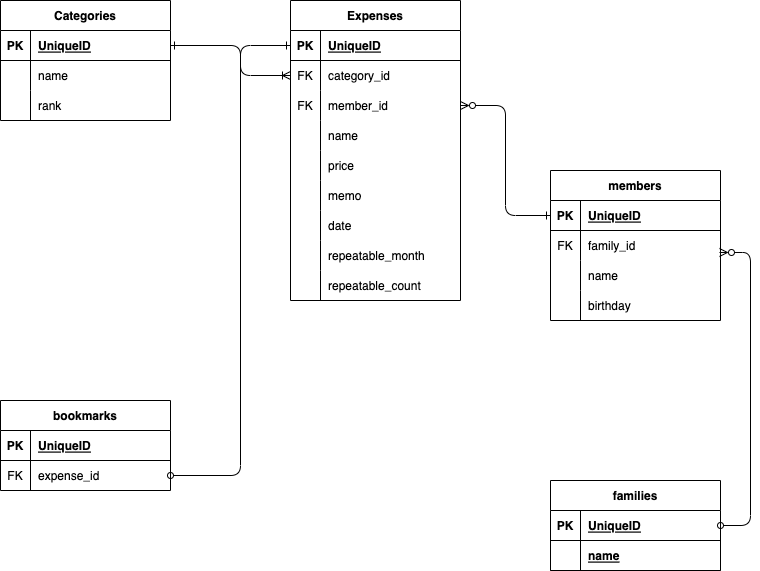
The draw.io diagram docs/image/er.drawio.png in kiyotakeshi/household-expenses, before a commit. Source tidied: cells renumbered, new cells last; positions are measured from the earlier drawing's top-left corner, leaving out a move shared by most shapes.
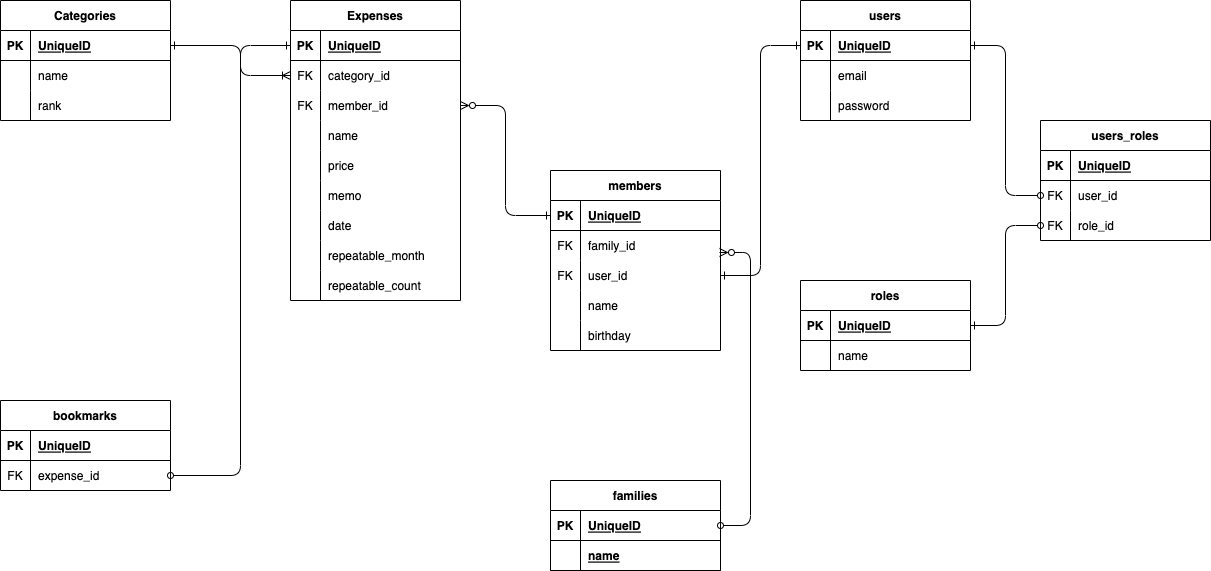
Above is the later version.

The edit, as a diff of the source:
```diff
@@ -33,7 +33,7 @@
       <mxGeometry x="30" width="140" height="30" as="geometry" />
     </mxCell>
     <mxCell id="12" value="members" style="shape=table;startSize=30;rowLines=0;fontStyle=1;align=center;" parent="1" vertex="1">
-      <mxGeometry x="550" y="170" width="170" height="150" as="geometry" />
+      <mxGeometry x="550" y="170" width="170" height="180" as="geometry" />
     </mxCell>
     <mxCell id="13" style="shape=partialRectangle;fillColor=none;top=0;left=0;bottom=1;right=0;points=[[0,0.5],[1,0.5]];portConstraint=eastwest;" parent="12" vertex="1">
       <mxGeometry y="30" width="170" height="30" as="geometry" />
@@ -53,8 +53,17 @@
     <mxCell id="18" value="family_id" style="shape=partialRectangle;fillColor=none;top=0;left=0;bottom=0;right=0;align=left;spacingLeft=6;overflow=hidden;" parent="16" vertex="1">
       <mxGeometry x="30" width="140" height="30" as="geometry" />
     </mxCell>
+    <mxCell id="72" style="shape=partialRectangle;fillColor=none;top=0;left=0;bottom=0;right=0;points=[[0,0.5],[1,0.5]];portConstraint=eastwest;" parent="12" vertex="1">
+      <mxGeometry y="90" width="170" height="30" as="geometry" />
+    </mxCell>
+    <mxCell id="73" value="FK" style="shape=partialRectangle;fillColor=none;top=0;left=0;bottom=0;right=0;overflow=hidden;" parent="72" vertex="1">
+      <mxGeometry width="30" height="30" as="geometry" />
+    </mxCell>
+    <mxCell id="74" value="user_id" style="shape=partialRectangle;fillColor=none;top=0;left=0;bottom=0;right=0;align=left;spacingLeft=6;overflow=hidden;" parent="72" vertex="1">
+      <mxGeometry x="30" width="140" height="30" as="geometry" />
+    </mxCell>
     <mxCell id="19" style="shape=partialRectangle;fillColor=none;top=0;left=0;bottom=0;right=0;" parent="12" vertex="1">
-      <mxGeometry y="90" width="170" height="30" as="geometry" />
+      <mxGeometry y="120" width="170" height="30" as="geometry" />
     </mxCell>
     <mxCell id="20" style="shape=partialRectangle;fillColor=none;top=0;left=0;bottom=0;right=0;overflow=hidden;" parent="19" vertex="1">
       <mxGeometry width="30" height="30" as="geometry" />
@@ -63,7 +72,7 @@
       <mxGeometry x="30" width="140" height="30" as="geometry" />
     </mxCell>
     <mxCell id="22" style="shape=partialRectangle;fillColor=none;top=0;left=0;bottom=0;right=0;" parent="12" vertex="1">
-      <mxGeometry y="120" width="170" height="30" as="geometry" />
+      <mxGeometry y="150" width="170" height="30" as="geometry" />
     </mxCell>
     <mxCell id="23" style="shape=partialRectangle;fillColor=none;top=0;left=0;bottom=0;right=0;overflow=hidden;" parent="22" vertex="1">
       <mxGeometry width="30" height="30" as="geometry" />
@@ -227,5 +236,95 @@
     <mxCell id="71" style="edgeStyle=orthogonalEdgeStyle;html=1;startArrow=ERone;startFill=0;endArrow=ERzeroToMany;endFill=0;" parent="1" edge="1" source="3">
       <mxGeometry relative="1" as="geometry" />
     </mxCell>
+    <mxCell id="75" value="users" style="shape=table;startSize=30;rowLines=0;fontStyle=1;align=center;" parent="1" vertex="1">
+      <mxGeometry x="800" width="170" height="120" as="geometry" />
+    </mxCell>
+    <mxCell id="76" style="shape=partialRectangle;fillColor=none;top=0;left=0;bottom=1;right=0;points=[[0,0.5],[1,0.5]];portConstraint=eastwest;" parent="75" vertex="1">
+      <mxGeometry y="30" width="170" height="30" as="geometry" />
+    </mxCell>
+    <mxCell id="77" value="PK" style="shape=partialRectangle;fillColor=none;top=0;left=0;bottom=0;right=0;fontStyle=1;overflow=hidden;" parent="76" vertex="1">
+      <mxGeometry width="30" height="30" as="geometry" />
+    </mxCell>
+    <mxCell id="78" value="UniqueID" style="shape=partialRectangle;fillColor=none;top=0;left=0;bottom=0;right=0;align=left;spacingLeft=6;fontStyle=5;overflow=hidden;" parent="76" vertex="1">
+      <mxGeometry x="30" width="140" height="30" as="geometry" />
+    </mxCell>
+    <mxCell id="79" style="shape=partialRectangle;fillColor=none;top=0;left=0;bottom=0;right=0;" parent="75" vertex="1">
+      <mxGeometry y="60" width="170" height="30" as="geometry" />
+    </mxCell>
+    <mxCell id="80" style="shape=partialRectangle;fillColor=none;top=0;left=0;bottom=0;right=0;overflow=hidden;" parent="79" vertex="1">
+      <mxGeometry width="30" height="30" as="geometry" />
+    </mxCell>
+    <mxCell id="81" value="email" style="shape=partialRectangle;fillColor=none;top=0;left=0;bottom=0;right=0;align=left;spacingLeft=6;overflow=hidden;" parent="79" vertex="1">
+      <mxGeometry x="30" width="140" height="30" as="geometry" />
+    </mxCell>
+    <mxCell id="82" style="shape=partialRectangle;fillColor=none;top=0;left=0;bottom=0;right=0;" parent="75" vertex="1">
+      <mxGeometry y="90" width="170" height="30" as="geometry" />
+    </mxCell>
+    <mxCell id="83" style="shape=partialRectangle;fillColor=none;top=0;left=0;bottom=0;right=0;overflow=hidden;" parent="82" vertex="1">
+      <mxGeometry width="30" height="30" as="geometry" />
+    </mxCell>
+    <mxCell id="84" value="password" style="shape=partialRectangle;fillColor=none;top=0;left=0;bottom=0;right=0;align=left;spacingLeft=6;overflow=hidden;" parent="82" vertex="1">
+      <mxGeometry x="30" width="140" height="30" as="geometry" />
+    </mxCell>
+    <mxCell id="85" value="roles" style="shape=table;startSize=30;rowLines=0;fontStyle=1;align=center;" parent="1" vertex="1">
+      <mxGeometry x="800" y="280" width="170" height="90" as="geometry" />
+    </mxCell>
+    <mxCell id="86" style="shape=partialRectangle;fillColor=none;top=0;left=0;bottom=1;right=0;points=[[0,0.5],[1,0.5]];portConstraint=eastwest;" parent="85" vertex="1">
+      <mxGeometry y="30" width="170" height="30" as="geometry" />
+    </mxCell>
+    <mxCell id="87" value="PK" style="shape=partialRectangle;fillColor=none;top=0;left=0;bottom=0;right=0;fontStyle=1;overflow=hidden;" parent="86" vertex="1">
+      <mxGeometry width="30" height="30" as="geometry" />
+    </mxCell>
+    <mxCell id="88" value="UniqueID" style="shape=partialRectangle;fillColor=none;top=0;left=0;bottom=0;right=0;align=left;spacingLeft=6;fontStyle=5;overflow=hidden;" parent="86" vertex="1">
+      <mxGeometry x="30" width="140" height="30" as="geometry" />
+    </mxCell>
+    <mxCell id="89" style="shape=partialRectangle;fillColor=none;top=0;left=0;bottom=0;right=0;" parent="85" vertex="1">
+      <mxGeometry y="60" width="170" height="30" as="geometry" />
+    </mxCell>
+    <mxCell id="90" style="shape=partialRectangle;fillColor=none;top=0;left=0;bottom=0;right=0;overflow=hidden;" parent="89" vertex="1">
+      <mxGeometry width="30" height="30" as="geometry" />
+    </mxCell>
+    <mxCell id="91" value="name" style="shape=partialRectangle;fillColor=none;top=0;left=0;bottom=0;right=0;align=left;spacingLeft=6;overflow=hidden;" parent="89" vertex="1">
+      <mxGeometry x="30" width="140" height="30" as="geometry" />
+    </mxCell>
+    <mxCell id="92" value="users_roles" style="shape=table;startSize=30;rowLines=0;fontStyle=1;align=center;" parent="1" vertex="1">
+      <mxGeometry x="1040" y="120" width="170" height="120" as="geometry" />
+    </mxCell>
+    <mxCell id="93" style="shape=partialRectangle;fillColor=none;top=0;left=0;bottom=1;right=0;" parent="92" vertex="1">
+      <mxGeometry y="30" width="170" height="30" as="geometry" />
+    </mxCell>
+    <mxCell id="94" value="PK" style="shape=partialRectangle;fillColor=none;top=0;left=0;bottom=0;right=0;fontStyle=1;overflow=hidden;" parent="93" vertex="1">
+      <mxGeometry width="30" height="30" as="geometry" />
+    </mxCell>
+    <mxCell id="95" value="UniqueID" style="shape=partialRectangle;fillColor=none;top=0;left=0;bottom=0;right=0;align=left;spacingLeft=6;fontStyle=5;overflow=hidden;" parent="93" vertex="1">
+      <mxGeometry x="30" width="140" height="30" as="geometry" />
+    </mxCell>
+    <mxCell id="96" style="shape=partialRectangle;fillColor=none;top=0;left=0;bottom=0;right=0;points=[[0,0.5],[1,0.5]];portConstraint=eastwest;" parent="92" vertex="1">
+      <mxGeometry y="60" width="170" height="30" as="geometry" />
+    </mxCell>
+    <mxCell id="97" value="FK" style="shape=partialRectangle;fillColor=none;top=0;left=0;bottom=0;right=0;overflow=hidden;" parent="96" vertex="1">
+      <mxGeometry width="30" height="30" as="geometry" />
+    </mxCell>
+    <mxCell id="98" value="user_id" style="shape=partialRectangle;fillColor=none;top=0;left=0;bottom=0;right=0;align=left;spacingLeft=6;overflow=hidden;" parent="96" vertex="1">
+      <mxGeometry x="30" width="140" height="30" as="geometry" />
+    </mxCell>
+    <mxCell id="99" style="shape=partialRectangle;fillColor=none;top=0;left=0;bottom=0;right=0;points=[[0,0.5],[1,0.5]];portConstraint=eastwest;" parent="92" vertex="1">
+      <mxGeometry y="90" width="170" height="30" as="geometry" />
+    </mxCell>
+    <mxCell id="100" value="FK" style="shape=partialRectangle;fillColor=none;top=0;left=0;bottom=0;right=0;overflow=hidden;" parent="99" vertex="1">
+      <mxGeometry width="30" height="30" as="geometry" />
+    </mxCell>
+    <mxCell id="101" value="role_id" style="shape=partialRectangle;fillColor=none;top=0;left=0;bottom=0;right=0;align=left;spacingLeft=6;overflow=hidden;" parent="99" vertex="1">
+      <mxGeometry x="30" width="140" height="30" as="geometry" />
+    </mxCell>
+    <mxCell id="102" style="edgeStyle=orthogonalEdgeStyle;html=1;entryX=0;entryY=0.5;entryDx=0;entryDy=0;exitX=1;exitY=0.5;exitDx=0;exitDy=0;startArrow=ERone;startFill=0;endArrow=oval;endFill=0;" parent="1" edge="1" source="76" target="96">
+      <mxGeometry relative="1" as="geometry" />
+    </mxCell>
+    <mxCell id="103" style="edgeStyle=orthogonalEdgeStyle;html=1;exitX=1;exitY=0.5;exitDx=0;exitDy=0;entryX=0;entryY=0.5;entryDx=0;entryDy=0;startArrow=ERone;startFill=0;endArrow=oval;endFill=0;" parent="1" edge="1" source="86" target="99">
+      <mxGeometry relative="1" as="geometry" />
+    </mxCell>
+    <mxCell id="104" style="edgeStyle=orthogonalEdgeStyle;html=1;exitX=0;exitY=0.5;exitDx=0;exitDy=0;entryX=1;entryY=0.5;entryDx=0;entryDy=0;startArrow=ERone;startFill=0;endArrow=ERone;endFill=0;" parent="1" edge="1" source="76" target="72">
+      <mxGeometry relative="1" as="geometry" />
+    </mxCell>
   </root>
 </mxGraphModel>
```
